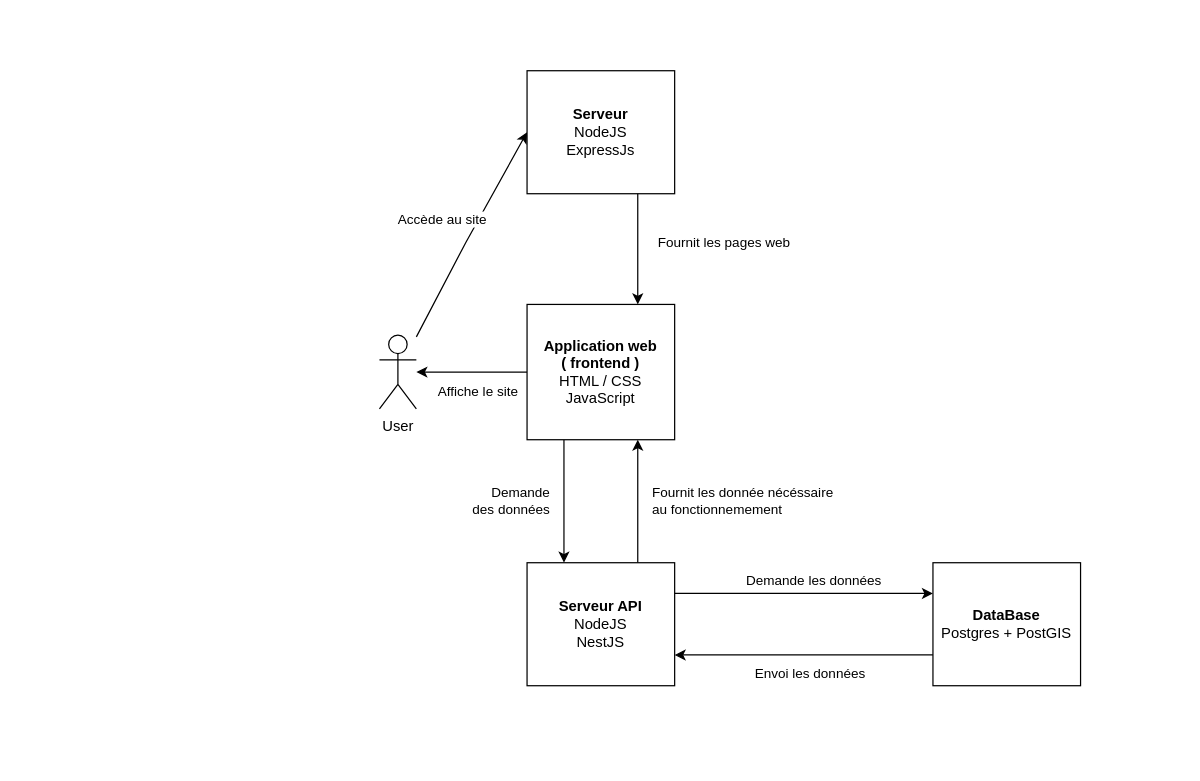
heig-vd-tin/plan-heigvd keeps this draw.io diagram as 01_doc/Rapport-TB/assets/figures/infra.drawio. Above is the earlier version. Source tidied: cells renumbered, new cells numbered last; positions are measured from the earlier drawing's top-left corner, leaving out a move shared by most shapes. Both pictures are drawn from the tidied source at 123%, with x=0, y=0 at pixel (379, 70).
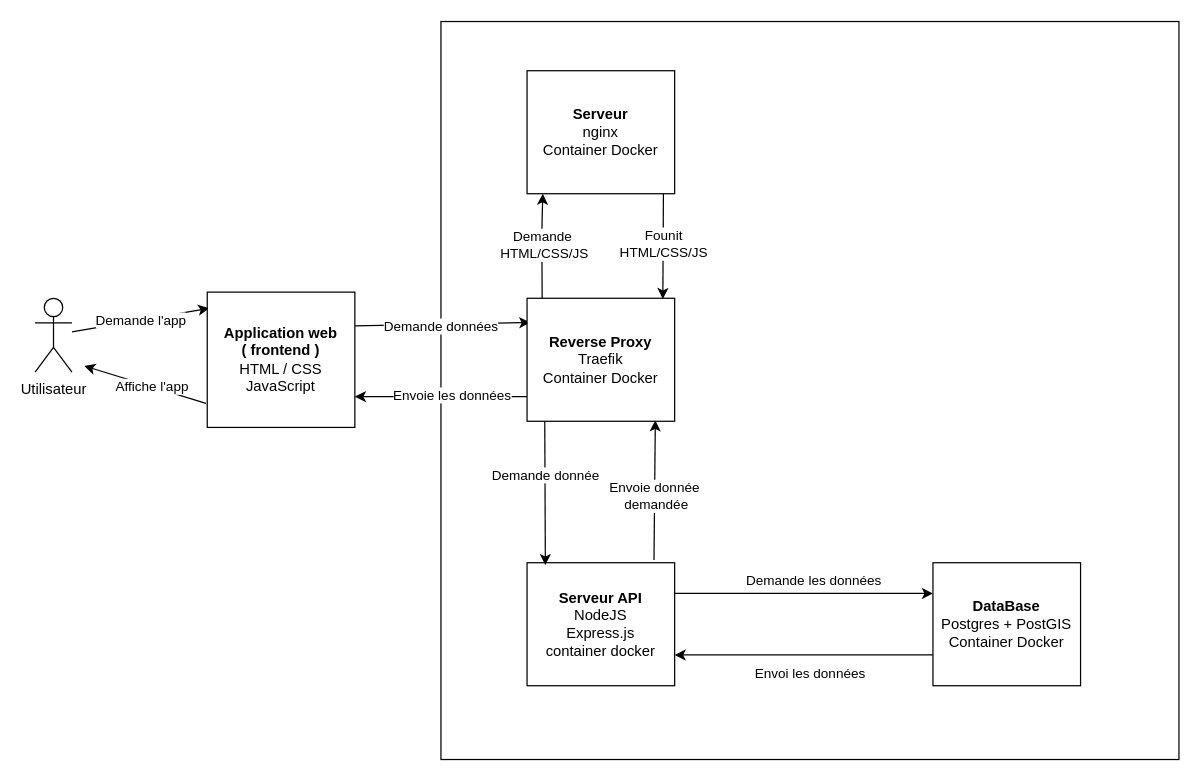
After the change.

Diff of the diagram source:
```diff
@@
-    <mxCell id="2" value="&lt;div align=&quot;left&quot;&gt;Fournit les donnée nécéssaire&lt;/div&gt;&lt;div align=&quot;left&quot;&gt;au fonctionnemement&lt;/div&gt;" style="rounded=0;jettySize=auto;html=1;entryX=0.75;entryY=1;entryDx=0;entryDy=0;exitX=0.75;exitY=0;exitDx=0;exitDy=0;align=left;" parent="1" edge="1" source="3" target="12">
-      <mxGeometry y="-10" relative="1" as="geometry" />
-    </mxCell>
+    <mxCell id="16" style="whiteSpace=wrap;html=1;" parent="1" vertex="1">
+      <mxGeometry x="50" y="-40" width="600" height="600" as="geometry" />
+    </mxCell>
+    <mxCell id="17" style="edgeStyle=none;html=1;entryX=0.869;entryY=0.992;entryDx=0;entryDy=0;entryPerimeter=0;exitX=0.86;exitY=-0.022;exitDx=0;exitDy=0;exitPerimeter=0;" parent="1" edge="1" source="3" target="32">
+      <mxGeometry relative="1" as="geometry" />
+    </mxCell>
+    <mxCell id="18" value="Envoie donnée&amp;nbsp;&lt;br&gt;demandée" style="edgeLabel;html=1;align=center;verticalAlign=middle;" parent="17" vertex="1">
+      <mxGeometry x="-0.09" y="-1" relative="1" as="geometry" />
+    </mxCell>
-    <mxCell id="3" value="&lt;div&gt;&lt;b&gt;Serveur API&lt;/b&gt;&lt;/div&gt;&lt;div&gt;NodeJS&lt;b&gt;&lt;br&gt;&lt;/b&gt;&lt;/div&gt;&lt;div&gt;NestJS&lt;/div&gt;" style="rounded=0;whiteSpace=wrap;html=1;" parent="1" vertex="1">
+    <mxCell id="3" value="&lt;div&gt;&lt;b&gt;Serveur API&lt;/b&gt;&lt;/div&gt;&lt;div&gt;NodeJS&lt;b&gt;&lt;br&gt;&lt;/b&gt;&lt;/div&gt;&lt;div&gt;Express.js&lt;/div&gt;&lt;div&gt;container docker&lt;/div&gt;" style="rounded=0;whiteSpace=wrap;html=1;" parent="1" vertex="1">
       <mxGeometry x="120" y="400" width="120" height="100" as="geometry" />
     </mxCell>
@@
-    <mxCell id="6" value="&lt;div&gt;&lt;b&gt;DataBase&lt;br&gt;&lt;/b&gt;&lt;/div&gt;&lt;div&gt;Postgres + PostGIS&lt;br&gt;&lt;/div&gt;" style="rounded=0;whiteSpace=wrap;html=1;" parent="1" vertex="1">
+    <mxCell id="6" value="&lt;div&gt;&lt;b&gt;DataBase&lt;br&gt;&lt;/b&gt;&lt;/div&gt;&lt;div&gt;Postgres + PostGIS&lt;br&gt;&lt;/div&gt;&lt;div&gt;Container Docker&lt;/div&gt;" style="rounded=0;whiteSpace=wrap;html=1;" parent="1" vertex="1">
       <mxGeometry x="450" y="400" width="120" height="100" as="geometry" />
     </mxCell>
-    <mxCell id="7" style="edgeStyle=none;rounded=0;jettySize=auto;html=1;entryX=0;entryY=0.5;entryDx=0;entryDy=0;startArrow=none;startFill=0;endArrow=classic;endFill=1;" parent="1" edge="1" source="9" target="13">
-      <mxGeometry relative="1" as="geometry">
-        <Array as="points">
-          <mxPoint x="70" y="140" />
-        </Array>
-      </mxGeometry>
-    </mxCell>
-    <mxCell id="8" value="Accède au site" style="edgeLabel;html=1;align=center;verticalAlign=middle;" parent="7" vertex="1">
-      <mxGeometry x="-0.31" y="1" relative="1" as="geometry">
-        <mxPoint x="-9" y="-38" as="offset" />
-      </mxGeometry>
-    </mxCell>
+    <mxCell id="19" style="edgeStyle=none;html=1;entryX=0.013;entryY=0.119;entryDx=0;entryDy=0;entryPerimeter=0;" parent="1" edge="1" source="9" target="12">
+      <mxGeometry relative="1" as="geometry" />
+    </mxCell>
+    <mxCell id="20" value="Demande l'app" style="edgeLabel;html=1;align=center;verticalAlign=middle;" parent="19" vertex="1">
+      <mxGeometry x="-0.16" y="1" relative="1" as="geometry">
+        <mxPoint x="8" y="-1" as="offset" />
+      </mxGeometry>
+    </mxCell>
-    <mxCell id="9" value="&lt;div&gt;User&lt;/div&gt;&lt;div&gt;&lt;br&gt;&lt;/div&gt;" style="shape=umlActor;verticalLabelPosition=bottom;verticalAlign=top;html=1;outlineConnect=0;" parent="1" vertex="1">
-      <mxGeometry y="215" width="30" height="60" as="geometry" />
+    <mxCell id="9" value="&lt;div&gt;Utilisateur&lt;/div&gt;" style="shape=umlActor;verticalLabelPosition=bottom;verticalAlign=top;html=1;outlineConnect=0;" parent="1" vertex="1">
+      <mxGeometry x="-280" y="185" width="30" height="60" as="geometry" />
     </mxCell>
-    <mxCell id="10" style="edgeStyle=none;rounded=0;jettySize=auto;html=1;startArrow=none;startFill=0;endArrow=classic;endFill=1;exitX=0;exitY=0.5;exitDx=0;exitDy=0;" parent="1" edge="1" source="12" target="9">
-      <mxGeometry relative="1" as="geometry" />
-    </mxCell>
-    <mxCell id="11" value="&lt;div align=&quot;right&quot;&gt;Demande &lt;br&gt;&lt;/div&gt;&lt;div align=&quot;right&quot;&gt;des données&lt;/div&gt;" style="edgeStyle=none;rounded=0;jettySize=auto;html=1;entryX=0.25;entryY=0;entryDx=0;entryDy=0;startArrow=none;startFill=0;endArrow=classic;endFill=1;exitX=0.25;exitY=1;exitDx=0;exitDy=0;align=right;" parent="1" edge="1" source="12" target="3">
-      <mxGeometry y="-10" relative="1" as="geometry" />
-    </mxCell>
+    <mxCell id="21" style="edgeStyle=none;html=1;entryX=0.022;entryY=0.197;entryDx=0;entryDy=0;exitX=1;exitY=0.25;exitDx=0;exitDy=0;entryPerimeter=0;" parent="1" edge="1" source="12" target="32">
+      <mxGeometry relative="1" as="geometry" />
+    </mxCell>
+    <mxCell id="22" value="Demande données" style="edgeLabel;html=1;align=center;verticalAlign=middle;" parent="21" vertex="1">
+      <mxGeometry x="-0.66" relative="1" as="geometry">
+        <mxPoint x="46" as="offset" />
+      </mxGeometry>
+    </mxCell>
+    <mxCell id="23" style="edgeStyle=none;html=1;exitX=-0.009;exitY=0.822;exitDx=0;exitDy=0;exitPerimeter=0;" parent="1" edge="1" source="12">
+      <mxGeometry relative="1" as="geometry">
+        <mxPoint x="-240" y="240" as="targetPoint" />
+      </mxGeometry>
+    </mxCell>
+    <mxCell id="24" value="Affiche l'app" style="edgeLabel;html=1;align=center;verticalAlign=middle;" parent="23" vertex="1">
+      <mxGeometry x="-0.3" y="1" relative="1" as="geometry">
+        <mxPoint x="-10" y="-4" as="offset" />
+      </mxGeometry>
+    </mxCell>
     <mxCell id="12" value="&lt;div&gt;&lt;b&gt;Application web&lt;/b&gt;&lt;/div&gt;&lt;div&gt;&lt;b&gt;( frontend )&lt;br&gt;&lt;/b&gt;&lt;/div&gt;&lt;div&gt;HTML / CSS JavaScript&lt;br&gt;&lt;/div&gt;" style="rounded=0;whiteSpace=wrap;html=1;" parent="1" vertex="1">
-      <mxGeometry x="120" y="190" width="120" height="110" as="geometry" />
+      <mxGeometry x="-140" y="180" width="120" height="110" as="geometry" />
     </mxCell>
+    <mxCell id="25" value="Founit &lt;br&gt;HTML/CSS/JS" style="edgeStyle=none;html=1;entryX=0.92;entryY=0.006;entryDx=0;entryDy=0;entryPerimeter=0;exitX=0.924;exitY=0.969;exitDx=0;exitDy=0;exitPerimeter=0;" parent="1" edge="1" source="13" target="32">
+      <mxGeometry relative="1" as="geometry" />
+    </mxCell>
-    <mxCell id="13" value="&lt;div&gt;&lt;b&gt;Serveur&lt;br&gt;&lt;/b&gt;&lt;/div&gt;&lt;div&gt;NodeJS&lt;b&gt;&lt;br&gt;&lt;/b&gt;&lt;/div&gt;&lt;div&gt;ExpressJs&lt;/div&gt;" style="rounded=0;whiteSpace=wrap;html=1;" parent="1" vertex="1">
+    <mxCell id="13" value="&lt;div&gt;&lt;b&gt;Serveur&lt;br&gt;&lt;/b&gt;&lt;/div&gt;&lt;div&gt;nginx&lt;/div&gt;&lt;div&gt;Container Docker&lt;/div&gt;" style="rounded=0;whiteSpace=wrap;html=1;" parent="1" vertex="1">
       <mxGeometry x="120" width="120" height="100" as="geometry" />
     </mxCell>
-    <mxCell id="14" value="Fournit les pages web" style="endArrow=classic;html=1;rounded=0;exitX=0.75;exitY=1;exitDx=0;exitDy=0;entryX=0.75;entryY=0;entryDx=0;entryDy=0;" parent="1" edge="1" source="13" target="12">
-      <mxGeometry x="-0.11" y="70" relative="1" as="geometry" />
-    </mxCell>
-    <mxCell id="15" value="Affiche le site " style="edgeLabel;html=1;align=center;verticalAlign=middle;" parent="1" vertex="1">
-      <mxGeometry x="79.7" y="200" as="geometry">
-        <mxPoint y="60" as="offset" />
-      </mxGeometry>
-    </mxCell>
+    <mxCell id="26" style="edgeStyle=none;html=1;entryX=0.09;entryY=1;entryDx=0;entryDy=0;entryPerimeter=0;exitX=0.086;exitY=0.017;exitDx=0;exitDy=0;exitPerimeter=0;" parent="1" edge="1">
+      <mxGeometry relative="1" as="geometry">
+        <mxPoint x="132.3" y="186.7" as="sourcePoint" />
+        <mxPoint x="132.8" y="100" as="targetPoint" />
+        <Array as="points">
+          <mxPoint x="132" y="130" />
+        </Array>
+      </mxGeometry>
+    </mxCell>
+    <mxCell id="27" value="Demande&amp;nbsp;&lt;br&gt;HTML/CSS/JS" style="edgeLabel;html=1;align=center;verticalAlign=middle;" parent="26" vertex="1">
+      <mxGeometry x="0.07" relative="1" as="geometry">
+        <mxPoint x="1" y="1" as="offset" />
+      </mxGeometry>
+    </mxCell>
+    <mxCell id="28" style="edgeStyle=none;html=1;exitX=0.12;exitY=0.992;exitDx=0;exitDy=0;exitPerimeter=0;entryX=0.124;entryY=0.019;entryDx=0;entryDy=0;entryPerimeter=0;" parent="1" edge="1" source="32" target="3">
+      <mxGeometry relative="1" as="geometry" />
+    </mxCell>
+    <mxCell id="29" value="Demande donnée" style="edgeLabel;html=1;align=center;verticalAlign=middle;" parent="28" vertex="1">
+      <mxGeometry x="-0.26" relative="1" as="geometry" />
+    </mxCell>
+    <mxCell id="30" style="edgeStyle=none;html=1;" parent="1" edge="1">
+      <mxGeometry relative="1" as="geometry">
+        <mxPoint x="120" y="265" as="sourcePoint" />
+        <mxPoint x="-20" y="265" as="targetPoint" />
+      </mxGeometry>
+    </mxCell>
+    <mxCell id="31" value="Envoie les données" style="edgeLabel;html=1;align=center;verticalAlign=middle;" parent="30" vertex="1">
+      <mxGeometry x="0.56" y="-2" relative="1" as="geometry">
+        <mxPoint x="47" as="offset" />
+      </mxGeometry>
+    </mxCell>
+    <mxCell id="32" value="&lt;div&gt;&lt;b&gt;Reverse Proxy&lt;/b&gt;&lt;/div&gt;&lt;div&gt;Traefik&lt;/div&gt;&lt;div&gt;Container Docker&lt;/div&gt;" style="rounded=0;whiteSpace=wrap;html=1;" parent="1" vertex="1">
+      <mxGeometry x="120" y="185" width="120" height="100" as="geometry" />
+    </mxCell>
```
